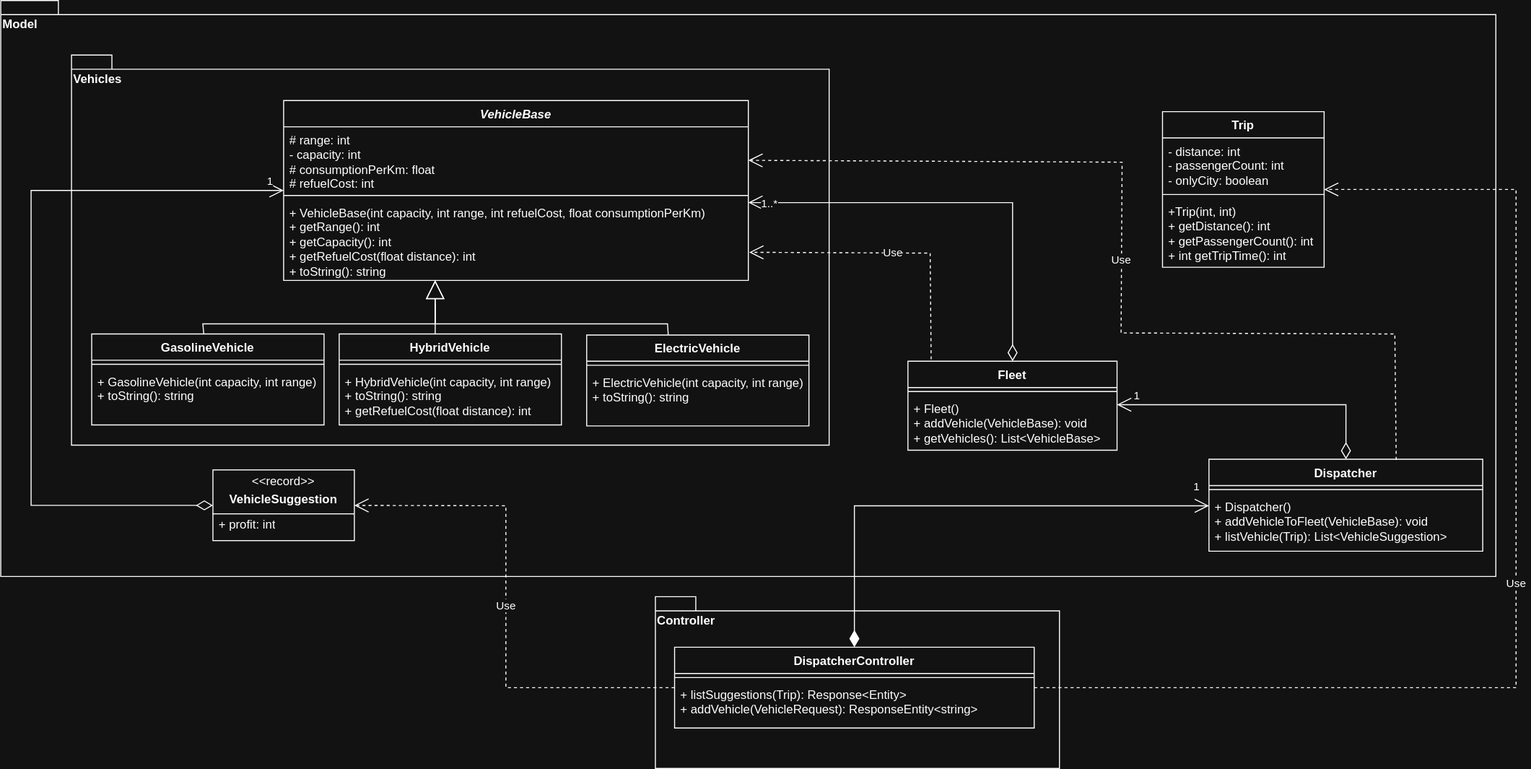
Before: ClassDiagram.svg, a diagram exported from draw.io (csnorbi11/SoftDevInternAssignment). Source tidied: cells renumbered, new cells last; positions are measured from the earlier drawing's top-left corner, leaving out a move shared by most shapes.
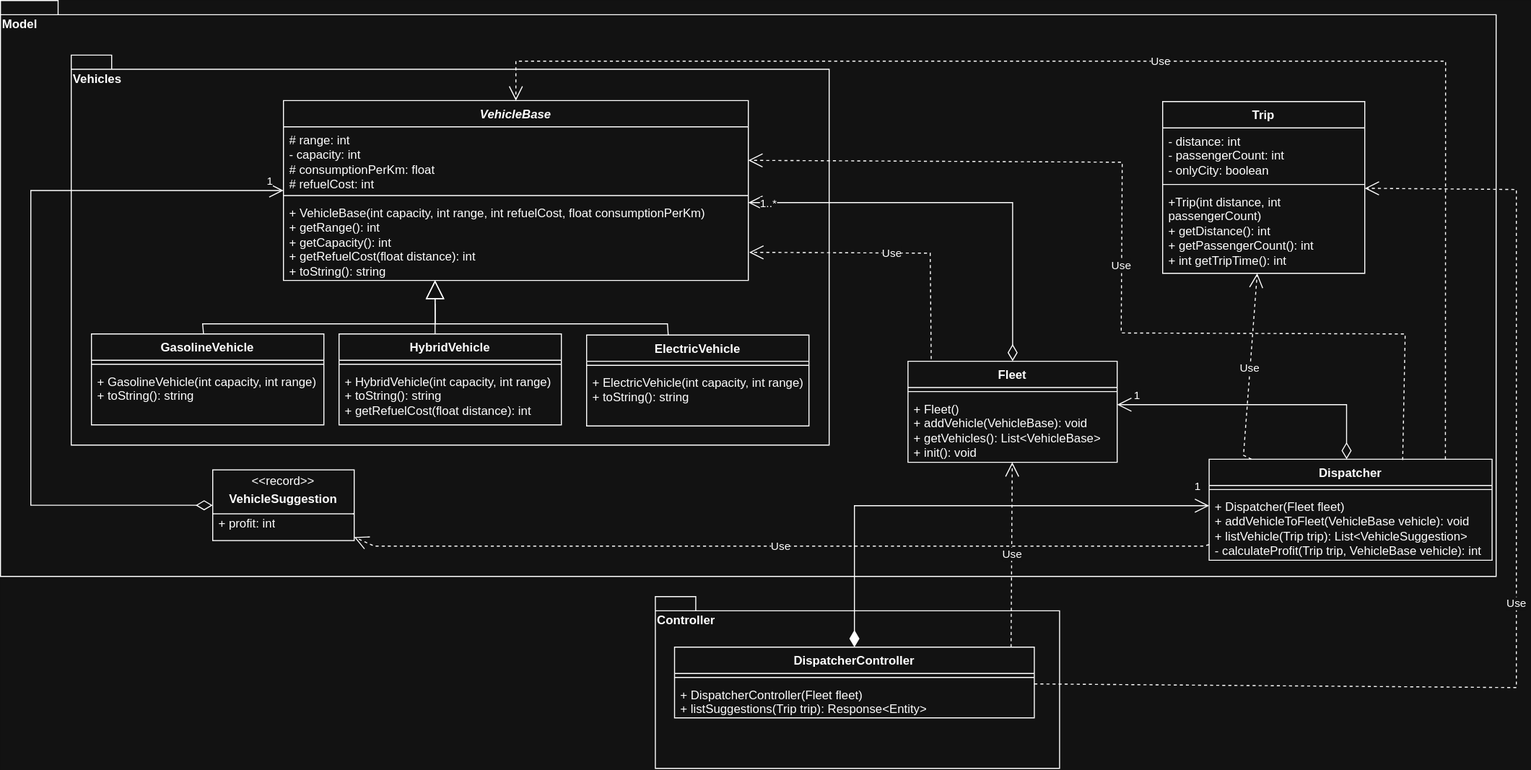
Above is the later version.

Change to the diagram source:
```diff
@@ -12,34 +12,34 @@
       <mxGeometry x="70" y="54" width="750" height="386" as="geometry" />
     </mxCell>
     <mxCell id="5" value="Trip" style="swimlane;fontStyle=1;align=center;verticalAlign=top;horizontal=1;startSize=26;whiteSpace=wrap;html=1;" parent="1" vertex="1">
-      <mxGeometry x="1150" y="110" width="160" height="154" as="geometry" />
+      <mxGeometry x="1150" y="100" width="200" height="170" as="geometry" />
     </mxCell>
     <mxCell id="6" value="- distance: int&lt;div&gt;- passengerCount: int&lt;/div&gt;&lt;div&gt;- onlyCity: boolean&lt;/div&gt;" style="text;strokeColor=none;fillColor=none;align=left;verticalAlign=top;spacingLeft=4;spacingRight=4;overflow=hidden;whiteSpace=wrap;html=1;" parent="5" vertex="1">
-      <mxGeometry y="26" width="160" height="52" as="geometry" />
+      <mxGeometry y="26" width="200" height="52" as="geometry" />
     </mxCell>
     <mxCell id="7" style="line;strokeWidth=1;fillColor=none;align=left;verticalAlign=middle;spacingTop=-1;spacingLeft=3;spacingRight=3;labelPosition=right;strokeColor=inherit;" parent="5" vertex="1">
-      <mxGeometry y="78" width="160" height="8" as="geometry" />
+      <mxGeometry y="78" width="200" height="8" as="geometry" />
     </mxCell>
-    <mxCell id="8" value="&lt;div&gt;+Trip(int, int)&lt;/div&gt;+ getDistance(): int&lt;div&gt;+ getPassengerCount(): int&lt;/div&gt;&lt;div&gt;+ int getTripTime(): int&lt;/div&gt;" style="text;strokeColor=none;fillColor=none;align=left;verticalAlign=top;spacingLeft=4;spacingRight=4;overflow=hidden;whiteSpace=wrap;html=1;" parent="5" vertex="1">
-      <mxGeometry y="86" width="160" height="68" as="geometry" />
+    <mxCell id="8" value="&lt;div&gt;+Trip(int distance, int passengerCount)&lt;/div&gt;+ getDistance(): int&lt;div&gt;+ getPassengerCount(): int&lt;/div&gt;&lt;div&gt;+ int getTripTime(): int&lt;/div&gt;" style="text;strokeColor=none;fillColor=none;align=left;verticalAlign=top;spacingLeft=4;spacingRight=4;overflow=hidden;whiteSpace=wrap;html=1;" parent="5" vertex="1">
+      <mxGeometry y="86" width="200" height="84" as="geometry" />
     </mxCell>
     <mxCell id="9" value="Fleet" style="swimlane;fontStyle=1;align=center;verticalAlign=top;horizontal=1;startSize=26;whiteSpace=wrap;html=1;" parent="1" vertex="1">
-      <mxGeometry x="898" y="357" width="207" height="88" as="geometry" />
+      <mxGeometry x="898" y="357" width="207" height="100" as="geometry" />
     </mxCell>
     <mxCell id="10" style="line;strokeWidth=1;fillColor=none;align=left;verticalAlign=middle;spacingTop=-1;spacingLeft=3;spacingRight=3;labelPosition=right;strokeColor=inherit;" parent="9" vertex="1">
       <mxGeometry y="26" width="207" height="8" as="geometry" />
     </mxCell>
-    <mxCell id="11" value="+ Fleet()&lt;div&gt;+ addVehicle(VehicleBase): void&lt;/div&gt;&lt;div&gt;+ getVehicles(): List&amp;lt;VehicleBase&amp;gt;&lt;/div&gt;" style="text;strokeColor=none;fillColor=none;align=left;verticalAlign=top;spacingLeft=4;spacingRight=4;overflow=hidden;whiteSpace=wrap;html=1;" parent="9" vertex="1">
-      <mxGeometry y="34" width="207" height="54" as="geometry" />
+    <mxCell id="11" value="+ Fleet()&lt;div&gt;+ addVehicle(VehicleBase): void&lt;/div&gt;&lt;div&gt;+ getVehicles(): List&amp;lt;VehicleBase&amp;gt;&lt;/div&gt;&lt;div&gt;+ init(): void&lt;/div&gt;" style="text;strokeColor=none;fillColor=none;align=left;verticalAlign=top;spacingLeft=4;spacingRight=4;overflow=hidden;whiteSpace=wrap;html=1;" parent="9" vertex="1">
+      <mxGeometry y="34" width="207" height="66" as="geometry" />
     </mxCell>
     <mxCell id="12" value="Dispatcher" style="swimlane;fontStyle=1;align=center;verticalAlign=top;horizontal=1;startSize=26;whiteSpace=wrap;html=1;" parent="1" vertex="1">
-      <mxGeometry x="1196" y="454" width="271" height="91" as="geometry" />
+      <mxGeometry x="1196" y="454" width="280" height="100" as="geometry" />
     </mxCell>
     <mxCell id="13" style="line;strokeWidth=1;fillColor=none;align=left;verticalAlign=middle;spacingTop=-1;spacingLeft=3;spacingRight=3;labelPosition=right;strokeColor=inherit;" parent="12" vertex="1">
-      <mxGeometry y="26" width="271" height="8" as="geometry" />
+      <mxGeometry y="26" width="280" height="8" as="geometry" />
     </mxCell>
-    <mxCell id="14" value="+ Dispatcher()&lt;div&gt;+ addVehicleToFleet(VehicleBase): void&lt;/div&gt;&lt;div&gt;+ listVehicle(Trip): List&amp;lt;VehicleSuggestion&amp;gt;&lt;/div&gt;" style="text;strokeColor=none;fillColor=none;align=left;verticalAlign=top;spacingLeft=4;spacingRight=4;overflow=hidden;whiteSpace=wrap;html=1;" parent="12" vertex="1">
-      <mxGeometry y="34" width="271" height="57" as="geometry" />
+    <mxCell id="14" value="+ Dispatcher(Fleet fleet)&lt;div&gt;+ addVehicleToFleet(VehicleBase vehicle): void&lt;/div&gt;&lt;div&gt;+ listVehicle(Trip trip): List&amp;lt;VehicleSuggestion&amp;gt;&lt;/div&gt;&lt;div&gt;- calculateProfit(Trip trip, VehicleBase vehicle): int&lt;/div&gt;" style="text;strokeColor=none;fillColor=none;align=left;verticalAlign=top;spacingLeft=4;spacingRight=4;overflow=hidden;whiteSpace=wrap;html=1;" parent="12" vertex="1">
+      <mxGeometry y="34" width="280" height="66" as="geometry" />
     </mxCell>
     <mxCell id="15" value="&lt;i&gt;VehicleBase&lt;/i&gt;" style="swimlane;fontStyle=1;align=center;verticalAlign=top;horizontal=1;startSize=26;whiteSpace=wrap;html=1;" parent="1" vertex="1">
       <mxGeometry x="280" y="99" width="460" height="178" as="geometry" />
@@ -85,13 +85,13 @@
       </mxGeometry>
     </mxCell>
     <mxCell id="25" value="DispatcherController" style="swimlane;fontStyle=1;align=center;verticalAlign=top;horizontal=1;startSize=26;whiteSpace=wrap;html=1;" parent="1" vertex="1">
-      <mxGeometry x="667" y="640" width="356" height="80" as="geometry" />
+      <mxGeometry x="667" y="640" width="356" height="70" as="geometry" />
     </mxCell>
     <mxCell id="26" style="line;strokeWidth=1;fillColor=none;align=left;verticalAlign=middle;spacingTop=-1;spacingLeft=3;spacingRight=3;labelPosition=right;strokeColor=inherit;" parent="25" vertex="1">
       <mxGeometry y="26" width="356" height="8" as="geometry" />
     </mxCell>
-    <mxCell id="27" value="+ listSuggestions(Trip): Response&amp;lt;Entity&amp;gt;&lt;div&gt;+ addVehicle(VehicleRequest): ResponseEntity&amp;lt;string&amp;gt;&lt;/div&gt;" style="text;strokeColor=none;fillColor=none;align=left;verticalAlign=top;spacingLeft=4;spacingRight=4;overflow=hidden;whiteSpace=wrap;html=1;" parent="25" vertex="1">
-      <mxGeometry y="34" width="356" height="46" as="geometry" />
+    <mxCell id="27" value="&lt;div&gt;+ DispatcherController(Fleet fleet)&lt;/div&gt;+ listSuggestions(Trip trip): Response&amp;lt;Entity&amp;gt;&lt;div&gt;&lt;br&gt;&lt;/div&gt;" style="text;strokeColor=none;fillColor=none;align=left;verticalAlign=top;spacingLeft=4;spacingRight=4;overflow=hidden;whiteSpace=wrap;html=1;" parent="25" vertex="1">
+      <mxGeometry y="34" width="356" height="36" as="geometry" />
     </mxCell>
     <mxCell id="28" value="1" style="endArrow=open;html=1;endSize=12;startArrow=diamondThin;startSize=14;startFill=1;edgeStyle=orthogonalEdgeStyle;align=left;verticalAlign=bottom;rounded=0;" parent="1" edge="1" source="25" target="12">
       <mxGeometry x="0.93" y="10" relative="1" as="geometry">
@@ -110,7 +110,7 @@
     <mxCell id="30" value="Use" style="endArrow=open;endSize=12;dashed=1;html=1;rounded=0;exitX=0.684;exitY=0.007;exitDx=0;exitDy=0;exitPerimeter=0;" parent="1" edge="1" source="12" target="16">
       <mxGeometry relative="1" as="geometry">
         <Array as="points">
-          <mxPoint x="1380" y="330" />
+          <mxPoint x="1390" y="330" />
           <mxPoint x="1109" y="329" />
           <mxPoint x="1110" y="160" />
         </Array>
@@ -141,14 +141,6 @@
         </Array>
       </mxGeometry>
     </mxCell>
-    <mxCell id="36" value="Use" style="endArrow=open;endSize=12;dashed=1;html=1;rounded=0;" parent="1" edge="1" source="25" target="33">
-      <mxGeometry relative="1" as="geometry">
-        <Array as="points">
-          <mxPoint x="500" y="680" />
-          <mxPoint x="500" y="500" />
-        </Array>
-      </mxGeometry>
-    </mxCell>
     <mxCell id="37" value="HybridVehicle" style="swimlane;fontStyle=1;align=center;verticalAlign=top;horizontal=1;startSize=26;whiteSpace=wrap;html=1;" parent="1" vertex="1">
       <mxGeometry x="335" y="330" width="220" height="90" as="geometry" />
     </mxCell>
@@ -181,5 +173,33 @@
         <mxPoint x="430" y="300" as="targetPoint" />
       </mxGeometry>
     </mxCell>
+    <mxCell id="45" value="Use" style="endArrow=open;endSize=12;dashed=1;html=1;rounded=0;" parent="1" edge="1" source="12" target="5">
+      <mxGeometry relative="1" as="geometry">
+        <Array as="points">
+          <mxPoint x="1230" y="450" />
+        </Array>
+      </mxGeometry>
+    </mxCell>
+    <mxCell id="46" value="Use" style="endArrow=open;endSize=12;dashed=1;html=1;rounded=0;" parent="1" edge="1" target="9">
+      <mxGeometry relative="1" as="geometry">
+        <mxPoint x="1000" y="640" as="sourcePoint" />
+      </mxGeometry>
+    </mxCell>
+    <mxCell id="47" value="Use" style="endArrow=open;endSize=12;dashed=1;html=1;rounded=0;" parent="1" edge="1" source="12" target="33">
+      <mxGeometry relative="1" as="geometry">
+        <Array as="points">
+          <mxPoint x="1190" y="540" />
+          <mxPoint x="370" y="540" />
+        </Array>
+      </mxGeometry>
+    </mxCell>
+    <mxCell id="48" value="Use" style="endArrow=open;endSize=12;dashed=1;html=1;rounded=0;exitX=0.835;exitY=0;exitDx=0;exitDy=0;exitPerimeter=0;" parent="1" edge="1" source="12" target="15">
+      <mxGeometry relative="1" as="geometry">
+        <Array as="points">
+          <mxPoint x="1430" y="60" />
+          <mxPoint x="510" y="60" />
+        </Array>
+      </mxGeometry>
+    </mxCell>
   </root>
 </mxGraphModel>
```
